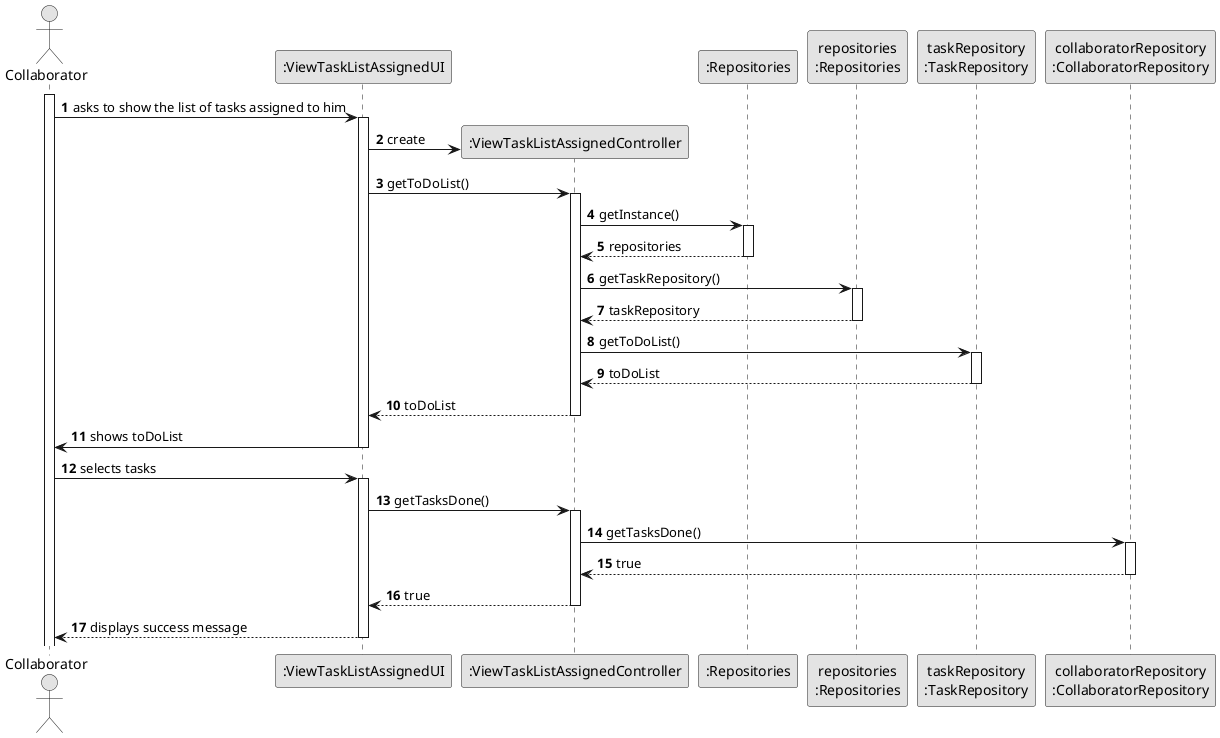
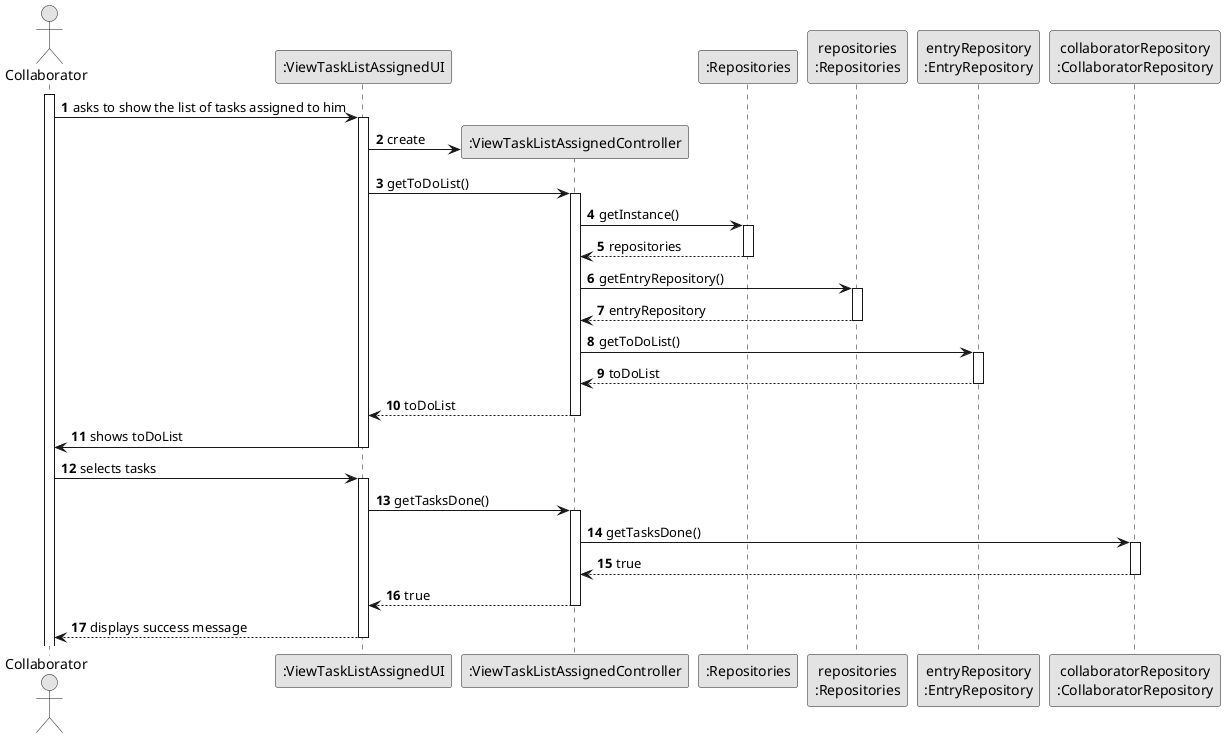
@startuml
skinparam monochrome true
skinparam packageStyle rectangle
skinparam shadowing false

autonumber

'hide footbox
actor "Collaborator" as Collaborator
participant ":ViewTaskListAssignedUI" as UI
participant ":ViewTaskListAssignedController" as CTRL
participant ":Repositories" as RepositorySingleton
participant "repositories\n:Repositories" as PLAT
- participant "taskRepository\n:TaskRepository" as TaskRepository
+ participant "entryRepository\n:EntryRepository" as EntryRepository
participant "collaboratorRepository\n:CollaboratorRepository" as CollaboratorRepository



activate Collaborator

        Collaborator -> UI : asks to show the list of tasks assigned to him

        activate UI

            UI -> CTRL** : create

            UI -> CTRL : getToDoList()
            activate CTRL

             CTRL -> RepositorySingleton : getInstance()
                                        activate RepositorySingleton

                                            RepositorySingleton --> CTRL: repositories
                                        deactivate RepositorySingleton

-                                         CTRL -> PLAT : getTaskRepository()
+                                         CTRL -> PLAT : getEntryRepository()
                                        activate PLAT

-                                         PLAT --> CTRL : taskRepository
+                                         PLAT --> CTRL : entryRepository
                                        deactivate PLAT

-                                         CTRL -> TaskRepository : getToDoList()
-                                         activate TaskRepository
+                                         CTRL -> EntryRepository : getToDoList()
+                                         activate EntryRepository

-                                         TaskRepository --> CTRL : toDoList
-                                         deactivate TaskRepository
+                                         EntryRepository --> CTRL : toDoList
+                                         deactivate EntryRepository

                                        CTRL --> UI : toDoList
                                        deactivate CTRL

                                        UI -> Collaborator : shows toDoList
                                        deactivate UI

                                        Collaborator -> UI : selects tasks
                                        activate UI

                                        UI -> CTRL : getTasksDone()
                                        activate CTRL

                                        CTRL -> CollaboratorRepository : getTasksDone()
                                        activate CollaboratorRepository

                                        CollaboratorRepository --> CTRL : true
                                        deactivate CollaboratorRepository
                                        CTRL --> UI : true
                                        deactivate CTRL
                                        UI --> Collaborator : displays success message
                                        deactivate UI





















@enduml